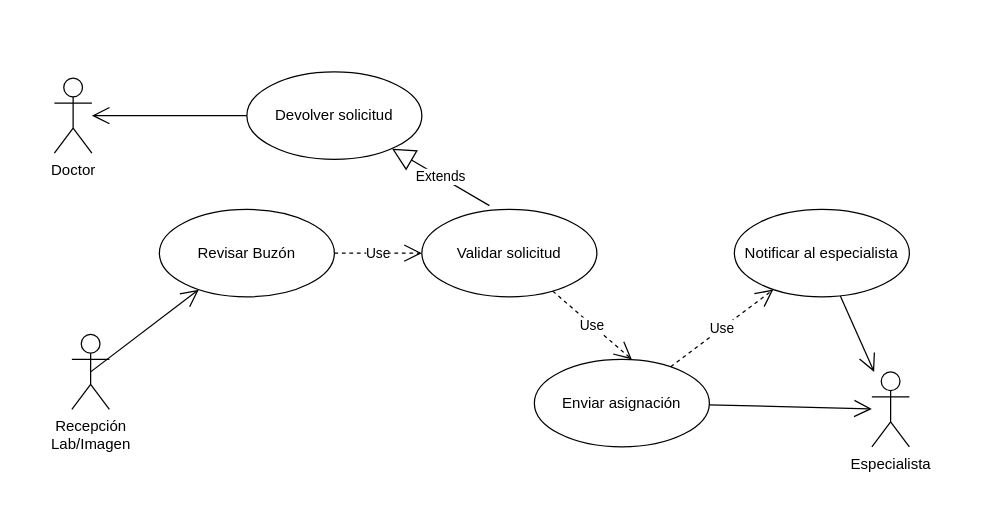
marguello86/Equipo1_MINSA keeps this draw.io diagram as page "CDU Recepción Solicitud Examen" (6 of 8) of Casos de uso SNH.drawio. Above is the earlier version. Source tidied: cells renumbered, new cells numbered last; positions are measured from the earlier drawing's top-left corner, leaving out a move shared by most shapes. Both pictures are drawn from the tidied source at 125%, with x=0, y=0 at pixel (54, 71).
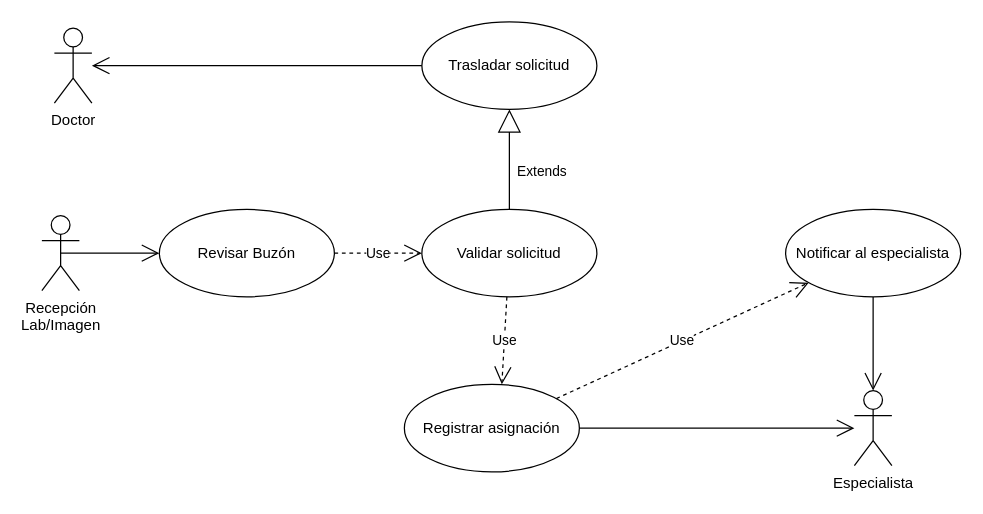
The same diagram, later.

The edit, as a diff of the source:
```diff
@@
 <mxGraphModel>
   <root>
     <mxCell id="0" />
     <mxCell id="1" parent="0" />
     <mxCell id="2" value="Recepción&lt;br&gt;Lab/Imagen" style="shape=umlActor;verticalLabelPosition=bottom;verticalAlign=top;html=1;" parent="1" vertex="1">
-      <mxGeometry x="14" y="210" width="30" height="60" as="geometry" />
+      <mxGeometry x="-10" y="115" width="30" height="60" as="geometry" />
     </mxCell>
     <mxCell id="3" value="Revisar Buzón" style="ellipse;whiteSpace=wrap;html=1;" parent="1" vertex="1">
       <mxGeometry x="84" y="110" width="140" height="70" as="geometry" />
     </mxCell>
     <mxCell id="4" style="endArrow=open;endFill=1;endSize=12;html=1;rounded=0;exitX=0.5;exitY=0.5;exitDx=0;exitDy=0;exitPerimeter=0;" parent="1" edge="1" source="2" target="3">
       <mxGeometry relative="1" as="geometry" />
     </mxCell>
     <mxCell id="5" value="Especialista" style="shape=umlActor;verticalLabelPosition=bottom;verticalAlign=top;html=1;" parent="1" vertex="1">
-      <mxGeometry x="654" y="240" width="30" height="60" as="geometry" />
+      <mxGeometry x="640" y="255" width="30" height="60" as="geometry" />
     </mxCell>
     <mxCell id="6" value="Validar solicitud" style="ellipse;whiteSpace=wrap;html=1;" parent="1" vertex="1">
       <mxGeometry x="294" y="110" width="140" height="70" as="geometry" />
     </mxCell>
     <mxCell id="7" value="Use" style="endArrow=open;endSize=12;dashed=1;html=1;rounded=0;" parent="1" edge="1" source="3" target="6">
       <mxGeometry relative="1" as="geometry" />
     </mxCell>
     <mxCell id="8" value="Doctor" style="shape=umlActor;verticalLabelPosition=bottom;verticalAlign=top;html=1;" parent="1" vertex="1">
-      <mxGeometry y="5" width="30" height="60" as="geometry" />
+      <mxGeometry y="-35" width="30" height="60" as="geometry" />
     </mxCell>
-    <mxCell id="9" value="Devolver solicitud" style="ellipse;whiteSpace=wrap;html=1;" parent="1" vertex="1">
-      <mxGeometry x="154" width="140" height="70" as="geometry" />
+    <mxCell id="9" value="Trasladar solicitud" style="ellipse;whiteSpace=wrap;html=1;" parent="1" vertex="1">
+      <mxGeometry x="294" y="-40" width="140" height="70" as="geometry" />
     </mxCell>
-    <mxCell id="10" value="Extends" style="endArrow=block;endSize=16;endFill=0;html=1;rounded=0;exitX=0.386;exitY=-0.043;exitDx=0;exitDy=0;exitPerimeter=0;" parent="1" edge="1" source="6" target="9">
-      <mxGeometry relative="1" as="geometry" />
+    <mxCell id="10" value="Extends" style="endArrow=block;endSize=16;endFill=0;html=1;rounded=0;exitX=0.5;exitY=0;exitDx=0;exitDy=0;" parent="1" edge="1" source="6" target="9">
+      <mxGeometry x="-0.25" y="-26" relative="1" as="geometry">
+        <Array as="points">
+          <mxPoint x="364" y="80" />
+        </Array>
+      </mxGeometry>
     </mxCell>
     <mxCell id="11" style="endArrow=open;endFill=1;endSize=12;html=1;rounded=0;" parent="1" edge="1" source="9" target="8">
       <mxGeometry relative="1" as="geometry" />
     </mxCell>
-    <mxCell id="12" value="Enviar asignación" style="ellipse;whiteSpace=wrap;html=1;" parent="1" vertex="1">
-      <mxGeometry x="384" y="230" width="140" height="70" as="geometry" />
+    <mxCell id="12" value="Registrar asignación" style="ellipse;whiteSpace=wrap;html=1;" parent="1" vertex="1">
+      <mxGeometry x="280" y="250" width="140" height="70" as="geometry" />
     </mxCell>
     <mxCell id="13" value="Use" style="endArrow=open;endSize=12;dashed=1;html=1;rounded=0;entryX=0.557;entryY=0;entryDx=0;entryDy=0;entryPerimeter=0;" parent="1" edge="1" source="6" target="12">
       <mxGeometry relative="1" as="geometry" />
     </mxCell>
     <mxCell id="14" value="Use" style="endArrow=open;endSize=12;dashed=1;html=1;rounded=0;" parent="1" edge="1" source="12" target="15">
       <mxGeometry relative="1" as="geometry" />
     </mxCell>
     <mxCell id="15" value="Notificar al especialista" style="ellipse;whiteSpace=wrap;html=1;" parent="1" vertex="1">
-      <mxGeometry x="544" y="110" width="140" height="70" as="geometry" />
+      <mxGeometry x="585" y="110" width="140" height="70" as="geometry" />
     </mxCell>
     <mxCell id="16" style="endArrow=open;endFill=1;endSize=12;html=1;rounded=0;" parent="1" edge="1" source="15" target="5">
       <mxGeometry relative="1" as="geometry" />
     </mxCell>
     <mxCell id="17" style="endArrow=open;endFill=1;endSize=12;html=1;rounded=0;" parent="1" edge="1" source="12" target="5">
       <mxGeometry relative="1" as="geometry" />
     </mxCell>
   </root>
 </mxGraphModel>
```
